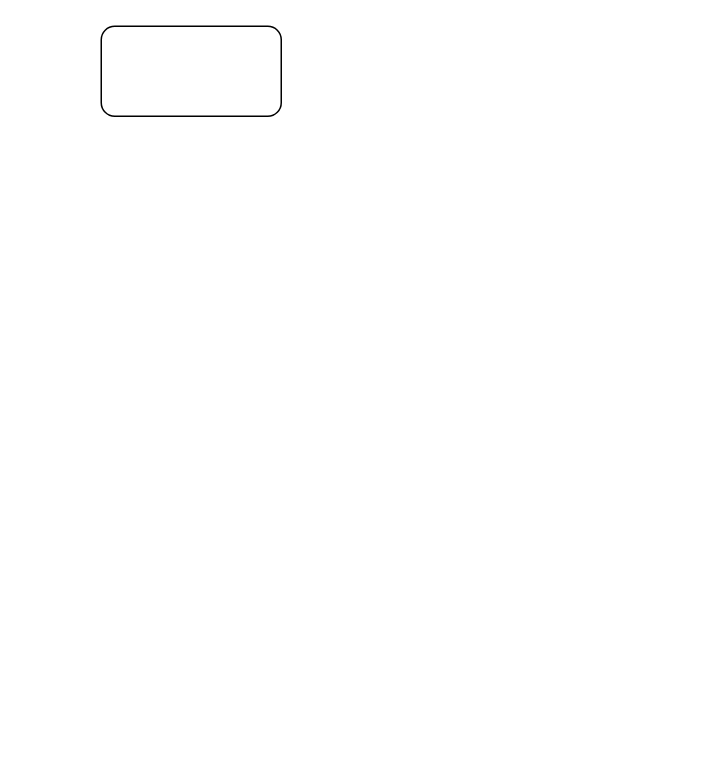
Above: pap.drawio in MarcusBeringerComcave/05_Funktionen (draw.io), before the change. Source tidied: cells renumbered, new cells numbered last; positions are measured from the earlier drawing's top-left corner, leaving out a move shared by most shapes. Both pictures are drawn from the tidied source at 150%, with x=0, y=0 at pixel (100, 26).
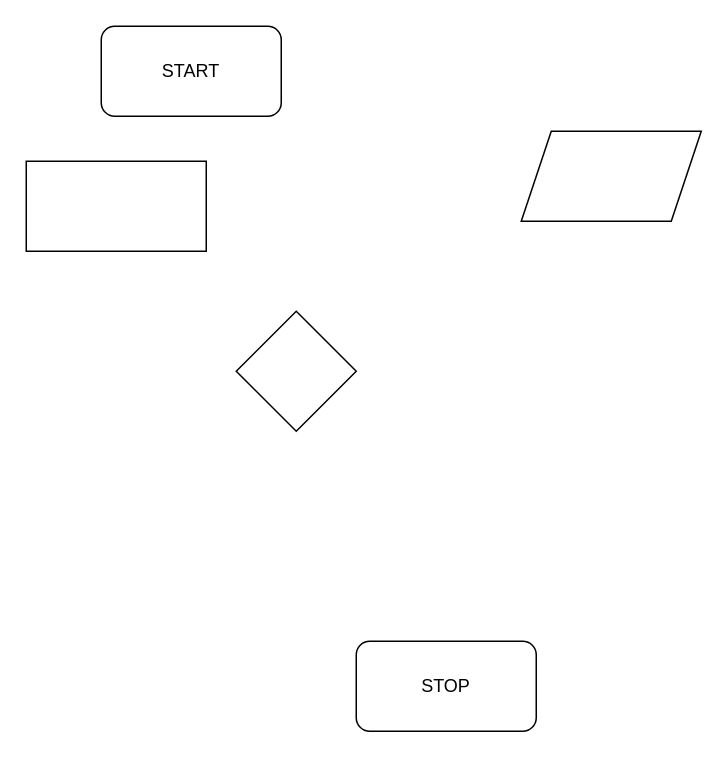
The same diagram, later.

The edit, as a diff of the source:
```diff
@@
 <mxGraphModel>
   <root>
     <mxCell id="0" />
     <mxCell id="1" parent="0" />
-    <mxCell id="2" style="rounded=1;whiteSpace=wrap;html=1;" parent="1" vertex="1">
+    <mxCell id="2" value="START" style="rounded=1;whiteSpace=wrap;html=1;" parent="1" vertex="1">
       <mxGeometry width="120" height="60" as="geometry" />
     </mxCell>
+    <mxCell id="3" style="shape=parallelogram;perimeter=parallelogramPerimeter;whiteSpace=wrap;html=1;fixedSize=1;" parent="1" vertex="1">
+      <mxGeometry x="280" y="70" width="120" height="60" as="geometry" />
+    </mxCell>
+    <mxCell id="4" value="STOP" style="rounded=1;whiteSpace=wrap;html=1;" parent="1" vertex="1">
+      <mxGeometry x="170" y="410" width="120" height="60" as="geometry" />
+    </mxCell>
+    <mxCell id="5" style="rhombus;whiteSpace=wrap;html=1;" parent="1" vertex="1">
+      <mxGeometry x="90" y="190" width="80" height="80" as="geometry" />
+    </mxCell>
+    <mxCell id="6" style="rounded=0;whiteSpace=wrap;html=1;" parent="1" vertex="1">
+      <mxGeometry x="-50" y="90" width="120" height="60" as="geometry" />
+    </mxCell>
   </root>
 </mxGraphModel>
```
